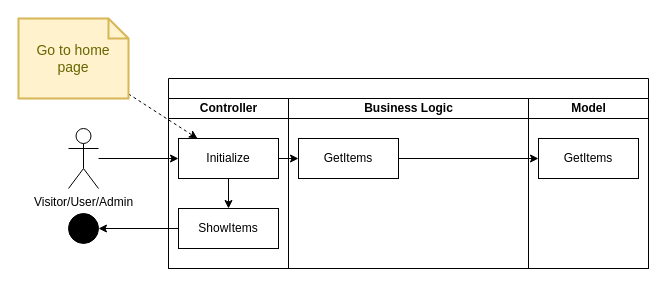
The draw.io diagram diagrams/ASD/SeeItems.drawio in JochemGrootherder/educom-webshop-runtime-records, before the edit. Source tidied: cells renumbered, new cells numbered last; positions are measured from the earlier drawing's top-left corner, leaving out a move shared by most shapes. Both pictures are drawn from the tidied source at 100%, with x=0, y=0 at pixel (18, 18).
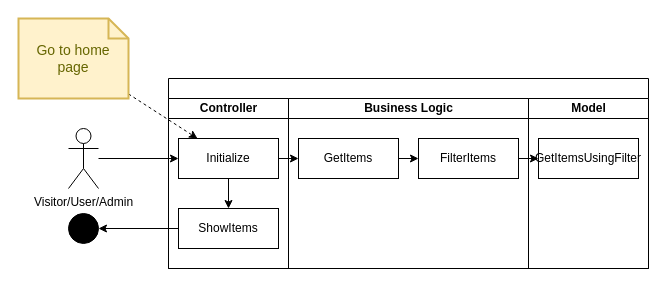
The same diagram, later.

Unchanged cells that the change refers to:
```xml
<mxCell id="2" style="swimlane;startSize=20;html=1;" parent="1" vertex="1">
  <mxGeometry x="150" y="60" width="480" height="190" as="geometry" />
</mxCell>
<mxCell id="8" value="Business Logic" style="swimlane;startSize=20;html=1;" parent="2" vertex="1">
  <mxGeometry x="120" y="20" width="240" height="170" as="geometry" />
</mxCell>
<mxCell id="9" value="GetItems" style="rounded=0;whiteSpace=wrap;html=1;" parent="8" vertex="1">
  <mxGeometry x="10" y="40" width="100" height="40" as="geometry" />
</mxCell>
<mxCell id="10" value="Model" style="swimlane;startSize=20;html=1;" parent="2" vertex="1">
  <mxGeometry x="360" y="20" width="120" height="170" as="geometry" />
</mxCell>
```

Change to the diagram source:
```diff
@@
-    <mxCell id="7" style="edgeStyle=none;html=1;" parent="2" edge="1" source="9" target="11">
-      <mxGeometry relative="1" as="geometry" />
-    </mxCell>
@@
+    <mxCell id="19" value="FilterItems" style="rounded=0;whiteSpace=wrap;html=1;" parent="8" vertex="1">
+      <mxGeometry x="130" y="40" width="100" height="40" as="geometry" />
+    </mxCell>
+    <mxCell id="7" style="edgeStyle=none;html=1;" parent="8" edge="1" source="9" target="19">
+      <mxGeometry relative="1" as="geometry" />
+    </mxCell>
@@
-    <mxCell id="11" value="GetItems" style="rounded=0;whiteSpace=wrap;html=1;" parent="10" vertex="1">
+    <mxCell id="11" value="GetItemsUsingFilter" style="rounded=0;whiteSpace=wrap;html=1;" parent="10" vertex="1">
       <mxGeometry x="10" y="40" width="100" height="40" as="geometry" />
     </mxCell>
@@
+    <mxCell id="20" style="edgeStyle=none;html=1;" parent="2" edge="1" source="19" target="11">
+      <mxGeometry relative="1" as="geometry" />
+    </mxCell>
```
